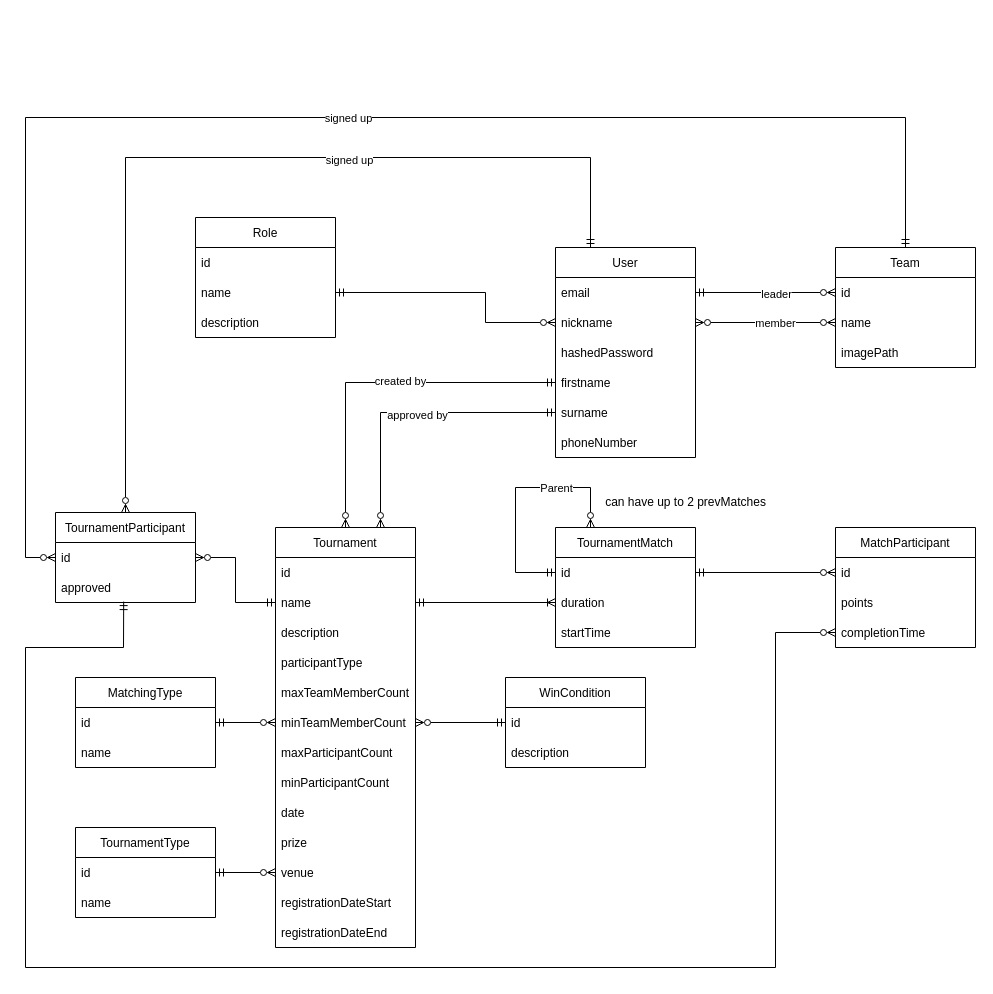
Before: erd.drawio in PreGros/IIS_Project, a draw.io diagram. Source tidied: cells renumbered, new cells numbered last; positions are measured from the earlier drawing's top-left corner, leaving out a move shared by most shapes. Both pictures are drawn from the tidied source at 100%, with x=0, y=0 at pixel (25, 117).
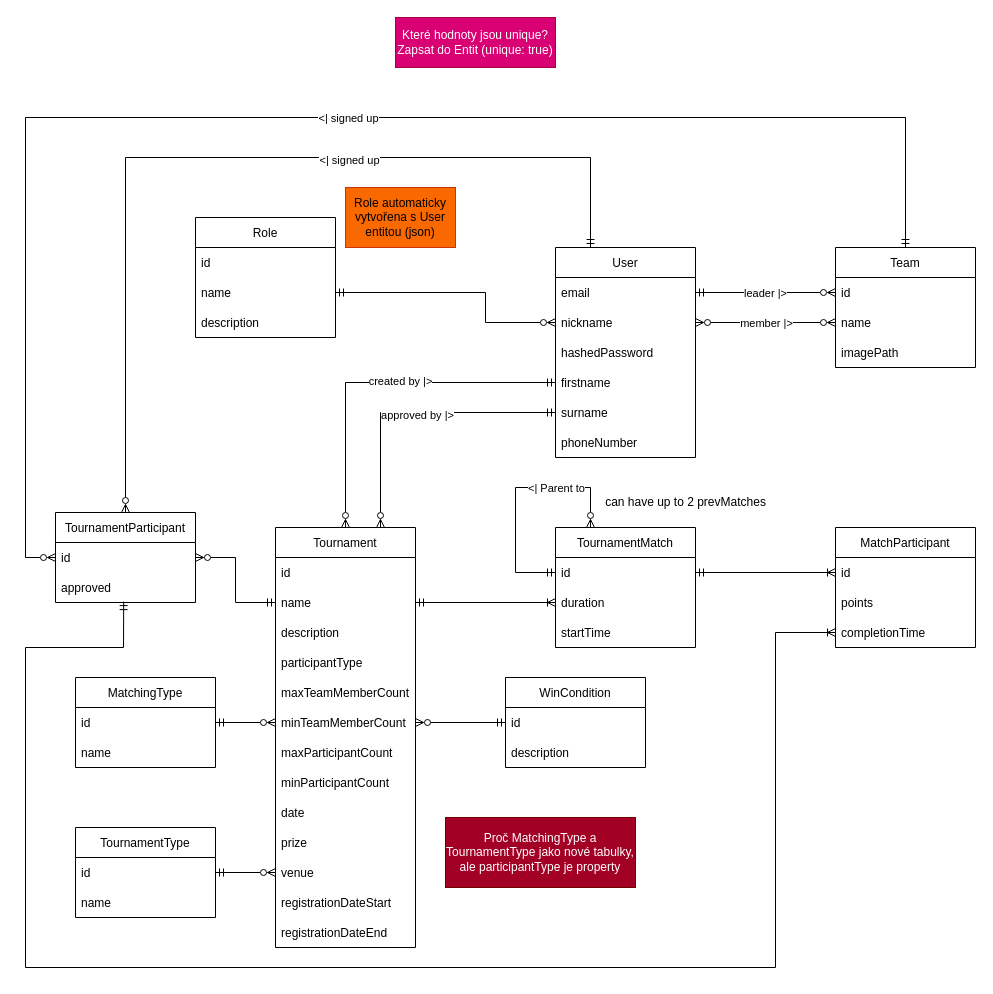
Above is the later version.

Commit message:
ERD - fix relations + notes

Unchanged cells that the change refers to:
```xml
<mxCell id="2" style="edgeStyle=none;rounded=0;html=1;exitX=0.25;exitY=0;exitDx=0;exitDy=0;startArrow=ERmandOne;startFill=0;endArrow=ERzeroToMany;endFill=0;" parent="1" edge="1" source="4" target="58">
  <mxGeometry relative="1" as="geometry">
    <Array as="points">
      <mxPoint x="565" y="40" />
      <mxPoint x="100" y="40" />
    </Array>
  </mxGeometry>
</mxCell>
<mxCell id="16" style="edgeStyle=none;rounded=0;html=1;exitX=0.5;exitY=0;exitDx=0;exitDy=0;startArrow=ERmandOne;startFill=0;endArrow=ERzeroToMany;endFill=0;entryX=0;entryY=0.5;entryDx=0;entryDy=0;" parent="1" edge="1" source="18" target="59">
  <mxGeometry relative="1" as="geometry">
    <Array as="points">
      <mxPoint x="880" />
      <mxPoint />
      <mxPoint y="440" />
    </Array>
  </mxGeometry>
</mxCell>
<mxCell id="22" style="edgeStyle=none;rounded=0;html=1;exitX=0;exitY=0.5;exitDx=0;exitDy=0;entryX=1;entryY=0.5;entryDx=0;entryDy=0;startArrow=ERzeroToMany;startFill=0;endArrow=ERmandOne;endFill=0;" parent="1" edge="1" source="19" target="5">
  <mxGeometry relative="1" as="geometry" />
</mxCell>
<mxCell id="24" style="edgeStyle=none;rounded=0;html=1;exitX=1;exitY=0.5;exitDx=0;exitDy=0;entryX=0;entryY=0.5;entryDx=0;entryDy=0;startArrow=ERzeroToMany;startFill=0;endArrow=ERzeroToMany;endFill=0;" parent="1" edge="1" source="6" target="20">
  <mxGeometry relative="1" as="geometry" />
</mxCell>
<mxCell id="27" style="edgeStyle=none;rounded=0;html=1;exitX=0;exitY=0.5;exitDx=0;exitDy=0;entryX=0.25;entryY=0;entryDx=0;entryDy=0;startArrow=ERmandOne;startFill=0;endArrow=ERzeroToMany;endFill=0;" parent="26" edge="1" source="29" target="26">
  <mxGeometry relative="1" as="geometry">
    <Array as="points">
      <mxPoint x="-40" y="45" />
      <mxPoint x="-40" y="-40" />
      <mxPoint x="35" y="-40" />
    </Array>
  </mxGeometry>
</mxCell>
<mxCell id="29" value="id" style="text;strokeColor=none;fillColor=none;align=left;verticalAlign=middle;spacingLeft=4;spacingRight=4;overflow=hidden;points=[[0,0.5],[1,0.5]];portConstraint=eastwest;" parent="26" vertex="1">
  <mxGeometry y="30" width="140" height="30" as="geometry" />
</mxCell>
<mxCell id="33" value="id" style="text;strokeColor=none;fillColor=none;align=left;verticalAlign=middle;spacingLeft=4;spacingRight=4;overflow=hidden;points=[[0,0.5],[1,0.5]];portConstraint=eastwest;" parent="32" vertex="1">
  <mxGeometry y="30" width="140" height="30" as="geometry" />
</mxCell>
<mxCell id="35" value="completionTime" style="text;strokeColor=none;fillColor=none;align=left;verticalAlign=middle;spacingLeft=4;spacingRight=4;overflow=hidden;points=[[0,0.5],[1,0.5]];portConstraint=eastwest;" parent="32" vertex="1">
  <mxGeometry y="90" width="140" height="30" as="geometry" />
</mxCell>
<mxCell id="38" style="edgeStyle=none;rounded=0;html=1;entryX=0;entryY=0.5;entryDx=0;entryDy=0;startArrow=ERzeroToMany;startFill=0;endArrow=ERmandOne;endFill=0;" parent="1" edge="1" source="43" target="8">
  <mxGeometry relative="1" as="geometry">
    <Array as="points">
      <mxPoint x="320" y="265" />
    </Array>
  </mxGeometry>
</mxCell>
<mxCell id="40" style="edgeStyle=none;rounded=0;html=1;exitX=0.75;exitY=0;exitDx=0;exitDy=0;entryX=0;entryY=0.5;entryDx=0;entryDy=0;startArrow=ERzeroToMany;startFill=0;endArrow=ERmandOne;endFill=0;" parent="1" edge="1" source="43" target="9">
  <mxGeometry relative="1" as="geometry">
    <Array as="points">
      <mxPoint x="355" y="295" />
    </Array>
  </mxGeometry>
</mxCell>
<mxCell id="60" value="approved" style="text;strokeColor=none;fillColor=none;align=left;verticalAlign=middle;spacingLeft=4;spacingRight=4;overflow=hidden;points=[[0,0.5],[1,0.5]];portConstraint=eastwest;" parent="58" vertex="1">
  <mxGeometry y="60" width="140" height="30" as="geometry" />
</mxCell>
```

Diff of the diagram source:
```diff
@@
-    <mxCell id="3" value="signed up&lt;br&gt;" style="edgeLabel;html=1;align=center;verticalAlign=middle;" parent="2" vertex="1">
+    <mxCell id="3" value="&amp;lt;| signed up" style="edgeLabel;html=1;align=center;verticalAlign=middle;" parent="2" vertex="1">
       <mxGeometry x="-0.27" y="2" relative="1" as="geometry" />
     </mxCell>
@@
-    <mxCell id="17" value="signed up" style="edgeLabel;html=1;align=center;verticalAlign=middle;" parent="16" vertex="1">
+    <mxCell id="17" value="&amp;lt;| signed up" style="edgeLabel;html=1;align=center;verticalAlign=middle;" parent="16" vertex="1">
       <mxGeometry x="-0.07" relative="1" as="geometry" />
     </mxCell>
@@
-    <mxCell id="23" value="leader" style="edgeLabel;html=1;align=center;verticalAlign=middle;" parent="22" vertex="1">
-      <mxGeometry x="-0.15" y="1" relative="1" as="geometry" />
+    <mxCell id="23" value="leader |&amp;gt;" style="edgeLabel;html=1;align=center;verticalAlign=middle;" parent="22" vertex="1">
+      <mxGeometry x="-0.15" y="1" relative="1" as="geometry">
+        <mxPoint x="-11" y="-1" as="offset" />
+      </mxGeometry>
     </mxCell>
@@
-    <mxCell id="25" value="member" style="edgeLabel;html=1;align=center;verticalAlign=middle;" parent="24" vertex="1">
+    <mxCell id="25" value="member |&amp;gt;" style="edgeLabel;html=1;align=center;verticalAlign=middle;" parent="24" vertex="1">
       <mxGeometry x="0.15" y="-1" relative="1" as="geometry">
-        <mxPoint x="-2" y="-1" as="offset" />
+        <mxPoint x="-11" y="-1" as="offset" />
       </mxGeometry>
     </mxCell>
@@
-    <mxCell id="28" value="Parent" style="edgeLabel;html=1;align=center;verticalAlign=middle;" parent="27" vertex="1">
+    <mxCell id="28" value="&amp;lt;| Parent to" style="edgeLabel;html=1;align=center;verticalAlign=middle;" parent="27" vertex="1">
       <mxGeometry x="0.27" y="-2" relative="1" as="geometry">
         <mxPoint x="13" y="-2" as="offset" />
       </mxGeometry>
     </mxCell>
@@
-    <mxCell id="36" style="edgeStyle=none;rounded=0;html=1;exitX=1;exitY=0.5;exitDx=0;exitDy=0;entryX=0;entryY=0.5;entryDx=0;entryDy=0;startArrow=ERmandOne;startFill=0;endArrow=ERzeroToMany;endFill=0;" parent="1" edge="1" source="29" target="33">
+    <mxCell id="36" style="edgeStyle=none;rounded=0;html=1;exitX=1;exitY=0.5;exitDx=0;exitDy=0;entryX=0;entryY=0.5;entryDx=0;entryDy=0;startArrow=ERmandOne;startFill=0;endArrow=ERoneToMany;endFill=0;" parent="1" edge="1" source="29" target="33">
       <mxGeometry relative="1" as="geometry" />
     </mxCell>
@@
-    <mxCell id="39" value="created by" style="edgeLabel;html=1;align=center;verticalAlign=middle;" parent="38" vertex="1">
+    <mxCell id="39" value="created by |&amp;gt;" style="edgeLabel;html=1;align=center;verticalAlign=middle;" parent="38" vertex="1">
       <mxGeometry x="0.12" y="2" relative="1" as="geometry" />
     </mxCell>
@@
-    <mxCell id="41" value="approved by" style="edgeLabel;html=1;align=center;verticalAlign=middle;" parent="40" vertex="1">
+    <mxCell id="41" value="approved by |&amp;gt;" style="edgeLabel;html=1;align=center;verticalAlign=middle;" parent="40" vertex="1">
       <mxGeometry x="0.04" y="-2" relative="1" as="geometry" />
     </mxCell>
@@
-    <mxCell id="61" style="edgeStyle=none;rounded=0;html=1;exitX=0;exitY=0.5;exitDx=0;exitDy=0;startArrow=ERzeroToMany;startFill=0;endArrow=ERmandOne;endFill=0;entryX=0.487;entryY=0.97;entryDx=0;entryDy=0;entryPerimeter=0;" parent="1" edge="1" source="35" target="60">
+    <mxCell id="61" style="edgeStyle=none;rounded=0;html=1;exitX=0;exitY=0.5;exitDx=0;exitDy=0;startArrow=ERoneToMany;startFill=0;endArrow=ERmandOne;endFill=0;entryX=0.487;entryY=0.97;entryDx=0;entryDy=0;entryPerimeter=0;" parent="1" edge="1" source="35" target="60">
       <mxGeometry relative="1" as="geometry">
         <Array as="points">
           <mxPoint x="750" y="515" />
           <mxPoint x="750" y="850" />
           <mxPoint y="850" />
           <mxPoint y="530" />
           <mxPoint x="98" y="530" />
         </Array>
       </mxGeometry>
     </mxCell>
@@
+    <mxCell id="74" value="Proč MatchingType a TournamentType jako nové tabulky, ale participantType je property" style="text;html=1;strokeColor=#6F0000;fillColor=#a20025;align=center;verticalAlign=middle;whiteSpace=wrap;rounded=0;fontColor=#ffffff;" parent="1" vertex="1">
+      <mxGeometry x="420" y="700" width="190" height="70" as="geometry" />
+    </mxCell>
+    <mxCell id="75" value="Role automaticky vytvořena s User entitou (json)" style="text;html=1;strokeColor=#C73500;fillColor=#fa6800;align=center;verticalAlign=middle;whiteSpace=wrap;rounded=0;fontColor=#000000;" parent="1" vertex="1">
+      <mxGeometry x="320" y="70" width="110" height="60" as="geometry" />
+    </mxCell>
+    <mxCell id="76" value="Které hodnoty jsou unique? Zapsat do Entit (unique: true)" style="text;html=1;strokeColor=#A50040;fillColor=#d80073;align=center;verticalAlign=middle;whiteSpace=wrap;rounded=0;fontColor=#ffffff;" parent="1" vertex="1">
+      <mxGeometry x="370" y="-100" width="160" height="50" as="geometry" />
+    </mxCell>
```
